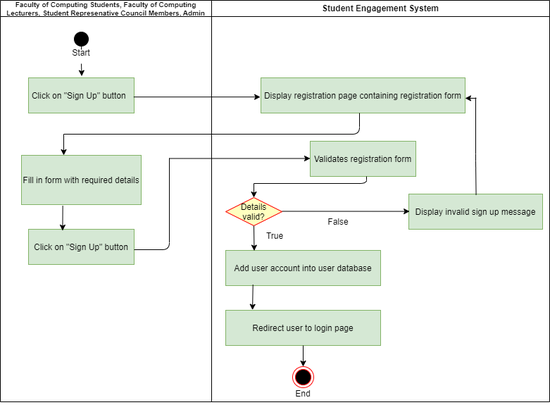
This is project/drawio/Systema/signupactivitydiagram.png from drshahizan/software-engineering, a draw.io export, as it was before one commit. Source tidied: cells renumbered, new cells last; positions are measured from the earlier drawing's top-left corner, leaving out a move shared by most shapes.
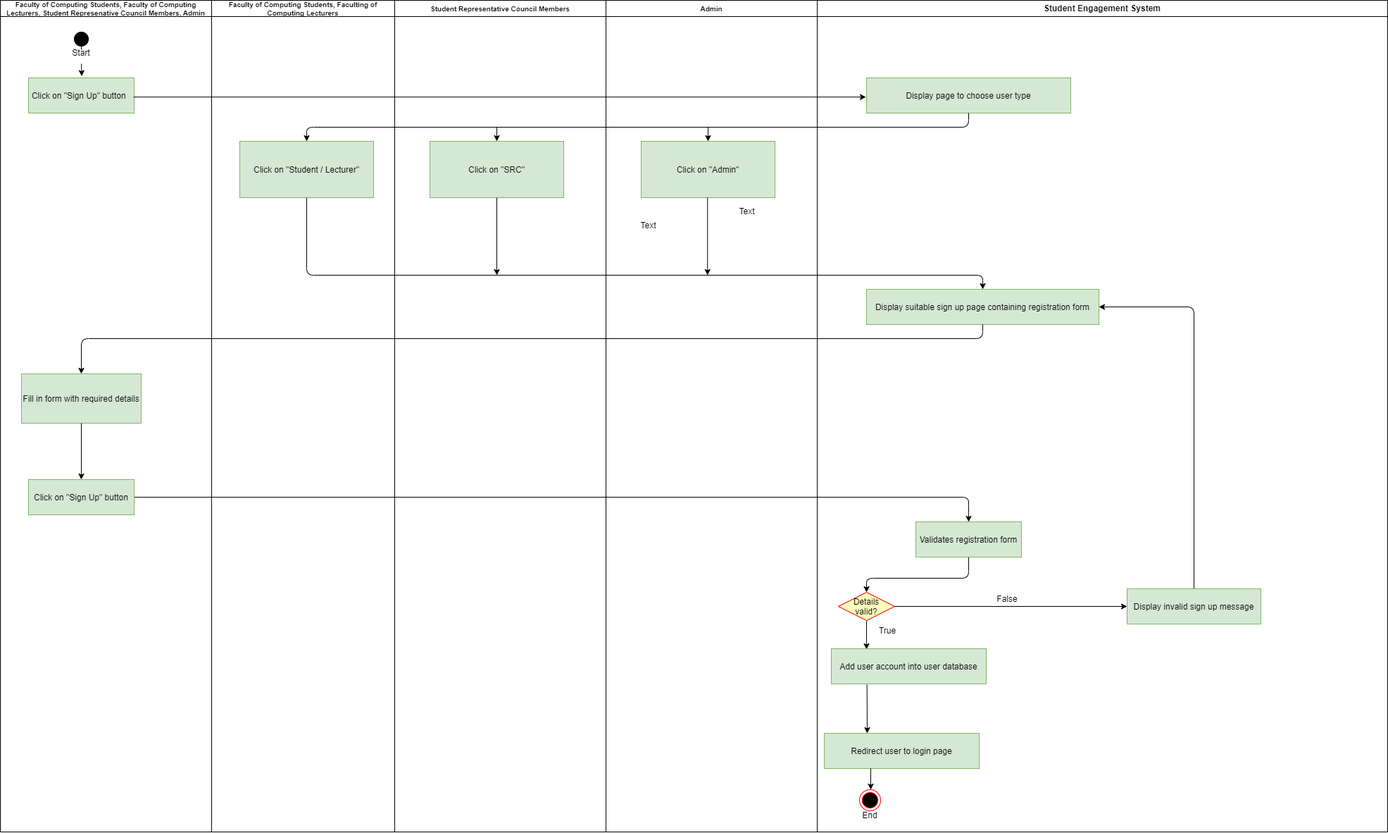
After the change.

Diff of the diagram source:
```diff
@@ -3,7 +3,7 @@
     <mxCell id="0" />
     <mxCell id="1" parent="0" />
     <mxCell id="2" value="Faculty of Computing Students, Faculty of Computing Lecturers, Student Represenative Council Members, Admin" style="swimlane;whiteSpace=wrap;fontSize=10;" parent="1" vertex="1">
-      <mxGeometry width="300" height="570" as="geometry" />
+      <mxGeometry width="300" height="1180" as="geometry" />
     </mxCell>
     <mxCell id="3" style="edgeStyle=none;html=1;exitX=0.5;exitY=1;exitDx=0;exitDy=0;entryX=0.504;entryY=-0.048;entryDx=0;entryDy=0;entryPerimeter=0;startArrow=none;" parent="2" edge="1" source="9" target="5">
       <mxGeometry relative="1" as="geometry" />
@@ -15,11 +15,8 @@
       <mxGeometry x="40" y="110" width="150" height="50" as="geometry" />
     </mxCell>
     <mxCell id="6" value="Fill in form with required details" style="fillColor=#d5e8d4;strokeColor=#82b366;" parent="2" vertex="1">
-      <mxGeometry x="30" y="220" width="170" height="70" as="geometry" />
+      <mxGeometry x="30" y="530" width="170" height="70" as="geometry" />
     </mxCell>
-    <mxCell id="7" value="Click on &quot;Sign Up&quot; button" style="fillColor=#d5e8d4;strokeColor=#82b366;" parent="2" vertex="1">
-      <mxGeometry x="40" y="325" width="150" height="50" as="geometry" />
-    </mxCell>
     <mxCell id="8" style="edgeStyle=none;html=1;exitX=0.5;exitY=1;exitDx=0;exitDy=0;entryX=0.504;entryY=-0.048;entryDx=0;entryDy=0;entryPerimeter=0;endArrow=none;" parent="2" edge="1" source="4" target="9">
       <mxGeometry relative="1" as="geometry" />
     </mxCell>
@@ -27,121 +24,161 @@
       <mxGeometry x="85" y="60" width="60" height="30" as="geometry" />
     </mxCell>
     <mxCell id="10" value="Student Engagement System" style="swimlane;whiteSpace=wrap;startSize=23;" parent="1" vertex="1">
-      <mxGeometry x="300" width="480" height="570" as="geometry" />
+      <mxGeometry x="1160" width="810" height="1180" as="geometry" />
     </mxCell>
-    <mxCell id="11" value="Display registration page containing registration form" style="fillColor=#d5e8d4;strokeColor=#82b366;" parent="10" vertex="1">
+    <mxCell id="11" value="Display page to choose user type" style="fillColor=#d5e8d4;strokeColor=#82b366;" parent="10" vertex="1">
       <mxGeometry x="70" y="110" width="290" height="50" as="geometry" />
     </mxCell>
+    <mxCell id="35" style="edgeStyle=none;html=1;exitX=0.5;exitY=1;exitDx=0;exitDy=0;entryX=0.5;entryY=0;entryDx=0;entryDy=0;" parent="10" edge="1" source="12" target="14">
+      <mxGeometry relative="1" as="geometry">
+        <Array as="points">
+          <mxPoint x="215" y="820" />
+          <mxPoint x="70" y="820" />
+        </Array>
+      </mxGeometry>
+    </mxCell>
     <mxCell id="12" value="Validates registration form" style="fillColor=#d5e8d4;strokeColor=#82b366;" parent="10" vertex="1">
-      <mxGeometry x="140" y="200" width="150" height="50" as="geometry" />
+      <mxGeometry x="140" y="740" width="150" height="50" as="geometry" />
     </mxCell>
+    <mxCell id="36" style="edgeStyle=none;html=1;exitX=0.5;exitY=0;exitDx=0;exitDy=0;entryX=1;entryY=0.5;entryDx=0;entryDy=0;" parent="10" edge="1" source="15" target="37">
+      <mxGeometry relative="1" as="geometry">
+        <Array as="points">
+          <mxPoint x="535" y="435" />
+        </Array>
+      </mxGeometry>
+    </mxCell>
+    <mxCell id="15" value="Display invalid sign up message" style="fillColor=#d5e8d4;strokeColor=#82b366;" parent="10" vertex="1">
+      <mxGeometry x="440" y="835" width="190" height="50" as="geometry" />
+    </mxCell>
+    <mxCell id="37" value="Display suitable sign up page containing registration form" style="fillColor=#d5e8d4;strokeColor=#82b366;" parent="10" vertex="1">
+      <mxGeometry x="70" y="410" width="330" height="50" as="geometry" />
+    </mxCell>
+    <mxCell id="38" style="edgeStyle=none;html=1;exitX=0.5;exitY=1;exitDx=0;exitDy=0;" parent="10" edge="1" source="14">
+      <mxGeometry relative="1" as="geometry">
+        <mxPoint x="70" y="921" as="targetPoint" />
+      </mxGeometry>
+    </mxCell>
+    <mxCell id="39" style="edgeStyle=none;html=1;exitX=1;exitY=0.5;exitDx=0;exitDy=0;entryX=0;entryY=0.5;entryDx=0;entryDy=0;" parent="10" edge="1" source="14" target="15">
+      <mxGeometry relative="1" as="geometry" />
+    </mxCell>
+    <mxCell id="14" value="Details &#10;valid?" style="rhombus;fillColor=#ffffc0;strokeColor=#ff0000;" parent="10" vertex="1">
+      <mxGeometry x="30" y="840" width="80" height="40" as="geometry" />
+    </mxCell>
     <mxCell id="13" value="Add user account into user database" style="fillColor=#d5e8d4;strokeColor=#82b366;" parent="10" vertex="1">
-      <mxGeometry x="20" y="355" width="220" height="50" as="geometry" />
+      <mxGeometry x="20" y="920" width="220" height="50" as="geometry" />
     </mxCell>
-    <mxCell id="14" value="Details &#10;valid?" style="rhombus;fillColor=#ffffc0;strokeColor=#ff0000;" parent="10" vertex="1">
-      <mxGeometry x="20" y="280" width="80" height="40" as="geometry" />
-    </mxCell>
-    <mxCell id="15" value="Display invalid sign up message" style="fillColor=#d5e8d4;strokeColor=#82b366;" parent="10" vertex="1">
-      <mxGeometry x="280" y="275" width="190" height="50" as="geometry" />
-    </mxCell>
+    <mxCell id="29" value="False" style="text;strokeColor=none;align=center;fillColor=none;html=1;verticalAlign=middle;whiteSpace=wrap;rounded=0;" parent="10" vertex="1">
+      <mxGeometry x="240" y="835" width="60" height="30" as="geometry" />
+    </mxCell>
+    <mxCell id="28" value="True" style="text;strokeColor=none;align=center;fillColor=none;html=1;verticalAlign=middle;whiteSpace=wrap;rounded=0;" parent="10" vertex="1">
+      <mxGeometry x="70" y="880" width="60" height="30" as="geometry" />
+    </mxCell>
+    <mxCell id="31" style="edgeStyle=none;html=1;exitX=0.995;exitY=0.544;exitDx=0;exitDy=0;entryX=-0.003;entryY=0.544;entryDx=0;entryDy=0;entryPerimeter=0;exitPerimeter=0;" parent="1" edge="1" source="5" target="11">
+      <mxGeometry relative="1" as="geometry" />
+    </mxCell>
+    <mxCell id="40" value="Faculty of Computing Students, Faculting of Computing Lecturers" style="swimlane;whiteSpace=wrap;fontSize=10;startSize=23;" parent="1" vertex="1">
+      <mxGeometry x="300" width="260" height="1180" as="geometry" />
+    </mxCell>
+    <mxCell id="41" value="Click on &quot;Student / Lecturer&quot;" style="fillColor=#d5e8d4;strokeColor=#82b366;" parent="40" vertex="1">
+      <mxGeometry x="40" y="200" width="190" height="80" as="geometry" />
+    </mxCell>
+    <mxCell id="42" value="Text" style="text;html=1;align=center;verticalAlign=middle;strokeColor=none;fillColor=none;" parent="1" vertex="1">
+      <mxGeometry x="1035" y="285" width="50" height="30" as="geometry" />
+    </mxCell>
+    <mxCell id="43" value="Text" style="text;html=1;align=center;verticalAlign=middle;strokeColor=none;fillColor=none;" parent="1" vertex="1">
+      <mxGeometry x="895" y="305" width="50" height="30" as="geometry" />
+    </mxCell>
+    <mxCell id="44" value="Student Representative Council Members" style="swimlane;whiteSpace=wrap;fontSize=10;startSize=23;" parent="1" vertex="1">
+      <mxGeometry x="560" width="300" height="1180" as="geometry" />
+    </mxCell>
+    <mxCell id="45" value="Click on &quot;SRC&quot;" style="fillColor=#d5e8d4;strokeColor=#82b366;" parent="44" vertex="1">
+      <mxGeometry x="50" y="200" width="190" height="80" as="geometry" />
+    </mxCell>
+    <mxCell id="46" value="Admin" style="swimlane;whiteSpace=wrap;fontSize=10;startSize=23;" parent="1" vertex="1">
+      <mxGeometry x="860" width="300" height="1180" as="geometry" />
+    </mxCell>
+    <mxCell id="47" value="Click on &quot;Admin&quot;" style="fillColor=#d5e8d4;strokeColor=#82b366;" parent="46" vertex="1">
+      <mxGeometry x="50" y="200" width="190" height="80" as="geometry" />
+    </mxCell>
+    <mxCell id="48" style="endArrow=classic;html=1;exitX=0.5;exitY=1;exitDx=0;exitDy=0;" parent="46" edge="1">
+      <mxGeometry relative="1" as="geometry">
+        <mxPoint x="144.2" y="280" as="sourcePoint" />
+        <mxPoint x="144.2" y="390" as="targetPoint" />
+      </mxGeometry>
+    </mxCell>
+    <mxCell id="49" style="edgeStyle=none;html=1;exitX=0.5;exitY=1;exitDx=0;exitDy=0;entryX=0.5;entryY=0;entryDx=0;entryDy=0;" parent="1" edge="1" source="11" target="41">
+      <mxGeometry relative="1" as="geometry">
+        <Array as="points">
+          <mxPoint x="1375" y="180" />
+          <mxPoint x="435" y="180" />
+        </Array>
+      </mxGeometry>
+    </mxCell>
+    <mxCell id="50" style="endArrow=classic;html=1;entryX=0.5;entryY=0;entryDx=0;entryDy=0;" parent="1" edge="1" target="45">
+      <mxGeometry relative="1" as="geometry">
+        <mxPoint x="705" y="180" as="sourcePoint" />
+      </mxGeometry>
+    </mxCell>
+    <mxCell id="51" style="endArrow=classic;html=1;entryX=0.5;entryY=0;entryDx=0;entryDy=0;" parent="1" edge="1" target="47">
+      <mxGeometry relative="1" as="geometry">
+        <mxPoint x="1005" y="180" as="sourcePoint" />
+      </mxGeometry>
+    </mxCell>
-    <mxCell id="16" value="Redirect user to login page" style="fillColor=#d5e8d4;strokeColor=#82b366;" parent="10" vertex="1">
-      <mxGeometry x="20" y="440" width="220" height="50" as="geometry" />
+    <mxCell id="16" value="Redirect user to login page" style="fillColor=#d5e8d4;strokeColor=#82b366;" parent="1" vertex="1">
+      <mxGeometry x="1170" y="1040" width="220" height="50" as="geometry" />
     </mxCell>
-    <mxCell id="17" style="ellipse;html=1;shape=endState;fillColor=#000000;strokeColor=#ff0000;" parent="10" vertex="1">
-      <mxGeometry x="115" y="520" width="30" height="30" as="geometry" />
+    <mxCell id="17" style="ellipse;html=1;shape=endState;fillColor=#000000;strokeColor=#ff0000;" parent="1" vertex="1">
+      <mxGeometry x="1220" y="1120" width="30" height="30" as="geometry" />
     </mxCell>
-    <mxCell id="18" style="endArrow=none;html=1;" parent="10" edge="1">
-      <mxGeometry relative="1" as="geometry">
-        <mxPoint x="-210" y="190" as="sourcePoint" />
-        <mxPoint x="210" y="160" as="targetPoint" />
-        <Array as="points">
-          <mxPoint x="210" y="190" />
-        </Array>
-      </mxGeometry>
-    </mxCell>
-    <mxCell id="19" style="edgeStyle=none;html=1;exitX=0.995;exitY=0.544;exitDx=0;exitDy=0;entryX=-0.003;entryY=0.544;entryDx=0;entryDy=0;entryPerimeter=0;exitPerimeter=0;" parent="10" edge="1">
-      <mxGeometry relative="1" as="geometry">
-        <mxPoint x="-59.9" y="224.5" as="sourcePoint" />
-        <mxPoint x="140" y="224.5" as="targetPoint" />
-      </mxGeometry>
-    </mxCell>
-    <mxCell id="20" style="endArrow=none;html=1;" parent="10" edge="1">
-      <mxGeometry relative="1" as="geometry">
-        <mxPoint x="-110" y="354" as="sourcePoint" />
-        <mxPoint x="-60" y="224" as="targetPoint" />
-        <Array as="points">
-          <mxPoint x="-60" y="354" />
-        </Array>
-      </mxGeometry>
-    </mxCell>
-    <mxCell id="21" style="edgeStyle=none;html=1;entryX=0.504;entryY=-0.048;entryDx=0;entryDy=0;entryPerimeter=0;" parent="10" edge="1">
-      <mxGeometry relative="1" as="geometry">
-        <mxPoint x="60" y="260" as="sourcePoint" />
-        <mxPoint x="60" y="280" as="targetPoint" />
-      </mxGeometry>
-    </mxCell>
-    <mxCell id="22" style="endArrow=none;html=1;" parent="10" edge="1">
-      <mxGeometry relative="1" as="geometry">
-        <mxPoint x="60" y="260" as="sourcePoint" />
-        <mxPoint x="220" y="250" as="targetPoint" />
-        <Array as="points">
-          <mxPoint x="220" y="260" />
-        </Array>
-      </mxGeometry>
-    </mxCell>
-    <mxCell id="23" style="edgeStyle=none;html=1;exitX=0.995;exitY=0.544;exitDx=0;exitDy=0;exitPerimeter=0;entryX=0.006;entryY=0.492;entryDx=0;entryDy=0;entryPerimeter=0;" parent="10" edge="1" target="15">
-      <mxGeometry relative="1" as="geometry">
-        <mxPoint x="100" y="299.5" as="sourcePoint" />
-      </mxGeometry>
-    </mxCell>
-    <mxCell id="24" style="edgeStyle=none;html=1;exitX=0.5;exitY=1;exitDx=0;exitDy=0;entryX=0.184;entryY=0.012;entryDx=0;entryDy=0;entryPerimeter=0;" parent="10" edge="1" source="14" target="13">
-      <mxGeometry relative="1" as="geometry" />
-    </mxCell>
-    <mxCell id="25" style="edgeStyle=none;html=1;exitX=0.176;exitY=0.972;exitDx=0;exitDy=0;exitPerimeter=0;entryX=0.173;entryY=-0.008;entryDx=0;entryDy=0;entryPerimeter=0;" parent="10" edge="1" source="13" target="16">
-      <mxGeometry relative="1" as="geometry" />
-    </mxCell>
-    <mxCell id="26" style="edgeStyle=none;html=1;entryX=0.5;entryY=0;entryDx=0;entryDy=0;" parent="10" edge="1" target="17">
-      <mxGeometry relative="1" as="geometry">
-        <mxPoint x="130" y="490" as="sourcePoint" />
-      </mxGeometry>
-    </mxCell>
-    <mxCell id="27" style="endArrow=none;html=1;entryX=0.503;entryY=0.06;entryDx=0;entryDy=0;entryPerimeter=0;" parent="10" edge="1">
-      <mxGeometry relative="1" as="geometry">
-        <mxPoint x="375" y="138" as="sourcePoint" />
-        <mxPoint x="375.6" y="276" as="targetPoint" />
-        <Array as="points">
-          <mxPoint x="375" y="228" />
-        </Array>
-      </mxGeometry>
-    </mxCell>
-    <mxCell id="28" value="True" style="text;strokeColor=none;align=center;fillColor=none;html=1;verticalAlign=middle;whiteSpace=wrap;rounded=0;" parent="10" vertex="1">
-      <mxGeometry x="60" y="320" width="60" height="30" as="geometry" />
-    </mxCell>
-    <mxCell id="29" value="False" style="text;strokeColor=none;align=center;fillColor=none;html=1;verticalAlign=middle;whiteSpace=wrap;rounded=0;" parent="10" vertex="1">
-      <mxGeometry x="150" y="300" width="60" height="30" as="geometry" />
-    </mxCell>
-    <mxCell id="30" value="End" style="text;strokeColor=none;align=center;fillColor=none;html=1;verticalAlign=middle;whiteSpace=wrap;rounded=0;" parent="10" vertex="1">
-      <mxGeometry x="100" y="544" width="60" height="30" as="geometry" />
+    <mxCell id="30" value="End" style="text;strokeColor=none;align=center;fillColor=none;html=1;verticalAlign=middle;whiteSpace=wrap;rounded=0;" parent="1" vertex="1">
+      <mxGeometry x="1205" y="1150" width="60" height="14" as="geometry" />
     </mxCell>
-    <mxCell id="31" style="edgeStyle=none;html=1;exitX=0.995;exitY=0.544;exitDx=0;exitDy=0;entryX=-0.003;entryY=0.544;entryDx=0;entryDy=0;entryPerimeter=0;exitPerimeter=0;" parent="1" edge="1" source="5" target="11">
-      <mxGeometry relative="1" as="geometry" />
-    </mxCell>
-    <mxCell id="32" style="edgeStyle=none;html=1;" parent="1" edge="1">
-      <mxGeometry relative="1" as="geometry">
-        <mxPoint x="90" y="190" as="sourcePoint" />
-        <mxPoint x="90" y="220" as="targetPoint" />
-      </mxGeometry>
-    </mxCell>
-    <mxCell id="33" style="edgeStyle=none;html=1;entryX=0.316;entryY=0.04;entryDx=0;entryDy=0;entryPerimeter=0;exitX=0.345;exitY=1.022;exitDx=0;exitDy=0;exitPerimeter=0;" parent="1" edge="1" source="6">
-      <mxGeometry relative="1" as="geometry">
-        <mxPoint x="88.4" y="327" as="targetPoint" />
-      </mxGeometry>
-    </mxCell>
-    <mxCell id="34" style="edgeStyle=none;html=1;" parent="1" edge="1">
-      <mxGeometry relative="1" as="geometry">
-        <mxPoint x="676" y="139" as="sourcePoint" />
-        <mxPoint x="660" y="139" as="targetPoint" />
-      </mxGeometry>
-    </mxCell>
+    <mxCell id="52" style="edgeStyle=none;html=1;exitX=0.5;exitY=1;exitDx=0;exitDy=0;entryX=0.5;entryY=0;entryDx=0;entryDy=0;" parent="1" edge="1" source="41" target="37">
+      <mxGeometry relative="1" as="geometry">
+        <Array as="points">
+          <mxPoint x="435" y="390" />
+          <mxPoint x="1395" y="390" />
+        </Array>
+      </mxGeometry>
+    </mxCell>
+    <mxCell id="53" style="endArrow=classic;html=1;exitX=0.5;exitY=1;exitDx=0;exitDy=0;" parent="1" edge="1" source="45">
+      <mxGeometry relative="1" as="geometry">
+        <mxPoint x="705" y="390" as="targetPoint" />
+      </mxGeometry>
+    </mxCell>
+    <mxCell id="54" style="edgeStyle=none;html=1;exitX=1;exitY=0.5;exitDx=0;exitDy=0;entryX=0.5;entryY=0;entryDx=0;entryDy=0;" parent="1" edge="1" source="7" target="12">
+      <mxGeometry relative="1" as="geometry">
+        <Array as="points">
+          <mxPoint x="1375" y="705" />
+          <mxPoint x="1375" y="720" />
+        </Array>
+      </mxGeometry>
+    </mxCell>
+    <mxCell id="7" value="Click on &quot;Sign Up&quot; button" style="fillColor=#d5e8d4;strokeColor=#82b366;" parent="1" vertex="1">
+      <mxGeometry x="40" y="680" width="150" height="50" as="geometry" />
+    </mxCell>
+    <mxCell id="55" style="edgeStyle=none;html=1;exitX=0.5;exitY=1;exitDx=0;exitDy=0;entryX=0.5;entryY=0;entryDx=0;entryDy=0;" parent="1" edge="1" source="37" target="6">
+      <mxGeometry relative="1" as="geometry">
+        <Array as="points">
+          <mxPoint x="1395" y="480" />
+          <mxPoint x="115" y="480" />
+        </Array>
+      </mxGeometry>
+    </mxCell>
+    <mxCell id="56" style="edgeStyle=none;html=1;exitX=0.5;exitY=1;exitDx=0;exitDy=0;entryX=0.5;entryY=0;entryDx=0;entryDy=0;" parent="1" edge="1" source="6" target="7">
+      <mxGeometry relative="1" as="geometry" />
+    </mxCell>
+    <mxCell id="57" style="edgeStyle=none;html=1;exitX=0.203;exitY=1.023;exitDx=0;exitDy=0;entryX=0.25;entryY=0;entryDx=0;entryDy=0;exitPerimeter=0;" parent="1" edge="1">
+      <mxGeometry relative="1" as="geometry">
+        <mxPoint x="1230.7" y="971.2" as="sourcePoint" />
+        <mxPoint x="1231" y="1040" as="targetPoint" />
+      </mxGeometry>
+    </mxCell>
+    <mxCell id="58" style="edgeStyle=none;html=1;entryX=0.5;entryY=0;entryDx=0;entryDy=0;" parent="1" edge="1">
+      <mxGeometry relative="1" as="geometry">
+        <mxPoint x="1236" y="1090" as="sourcePoint" />
+        <mxPoint x="1236" y="1120" as="targetPoint" />
+      </mxGeometry>
+    </mxCell>
   </root>
 </mxGraphModel>
```
